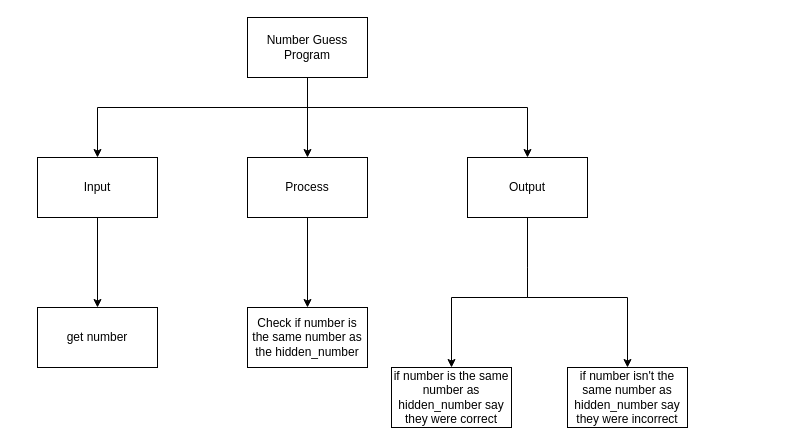
Above: design.drawio in Ethan-Prieur1/ICS3U-Unit4-04-Python (draw.io), before the change. Source tidied: cells renumbered, new cells numbered last; positions are measured from the earlier drawing's top-left corner, leaving out a move shared by most shapes. Both pictures are drawn from the tidied source at 100%, with x=0, y=0 at pixel (37, 17).
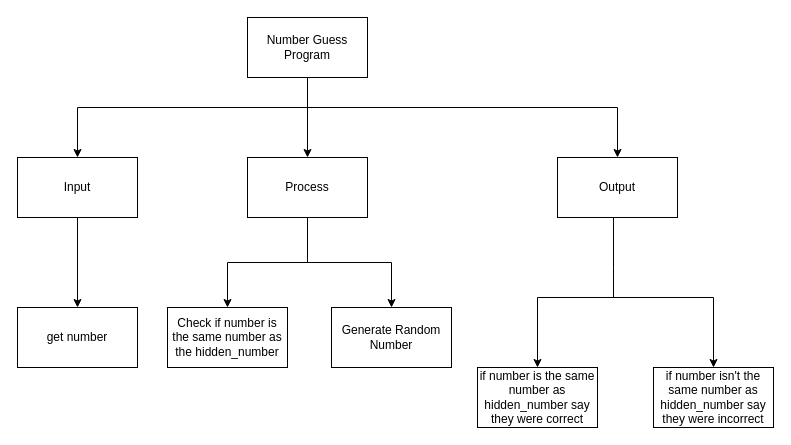
Above is the later version.

Unchanged cells that the change refers to:
```xml
<mxCell id="5" value="Number Guess Program" style="rounded=0;whiteSpace=wrap;html=1;" parent="1" vertex="1">
  <mxGeometry x="210" width="120" height="60" as="geometry" />
</mxCell>
<mxCell id="9" value="Process" style="rounded=0;whiteSpace=wrap;html=1;" parent="1" vertex="1">
  <mxGeometry x="210" y="140" width="120" height="60" as="geometry" />
</mxCell>
```

What changed in the source:
```diff
@@
     <mxCell id="3" style="edgeStyle=orthogonalEdgeStyle;rounded=0;jumpStyle=line;html=1;entryX=0.5;entryY=0;entryDx=0;entryDy=0;" parent="1" edge="1" source="5" target="7">
       <mxGeometry relative="1" as="geometry">
         <Array as="points">
           <mxPoint x="270" y="90" />
-          <mxPoint x="60" y="90" />
+          <mxPoint x="40" y="90" />
         </Array>
       </mxGeometry>
     </mxCell>
     <mxCell id="4" style="edgeStyle=orthogonalEdgeStyle;shape=connector;rounded=0;jumpStyle=line;html=1;labelBackgroundColor=default;fontFamily=Helvetica;fontSize=11;fontColor=default;endArrow=classic;strokeColor=default;" parent="1" edge="1" source="5" target="10">
       <mxGeometry relative="1" as="geometry">
         <Array as="points">
           <mxPoint x="270" y="90" />
-          <mxPoint x="490" y="90" />
+          <mxPoint x="580" y="90" />
         </Array>
       </mxGeometry>
     </mxCell>
@@
     <mxCell id="7" value="Input" style="rounded=0;whiteSpace=wrap;html=1;" parent="1" vertex="1">
-      <mxGeometry y="140" width="120" height="60" as="geometry" />
+      <mxGeometry x="-20" y="140" width="120" height="60" as="geometry" />
     </mxCell>
-    <mxCell id="8" style="edgeStyle=none;html=1;" parent="1" edge="1" source="9" target="12">
+    <mxCell id="8" style="edgeStyle=orthogonalEdgeStyle;html=1;rounded=0;" parent="1" edge="1" source="9" target="12">
       <mxGeometry relative="1" as="geometry" />
     </mxCell>
+    <mxCell id="18" style="edgeStyle=orthogonalEdgeStyle;html=1;exitX=0.5;exitY=1;exitDx=0;exitDy=0;rounded=0;" parent="1" edge="1" source="9" target="19">
+      <mxGeometry relative="1" as="geometry" />
+    </mxCell>
@@
     <mxCell id="10" value="Output" style="rounded=0;whiteSpace=wrap;html=1;" parent="1" vertex="1">
-      <mxGeometry x="430" y="140" width="120" height="60" as="geometry" />
+      <mxGeometry x="520" y="140" width="120" height="60" as="geometry" />
     </mxCell>
     <mxCell id="11" value="get number" style="rounded=0;whiteSpace=wrap;html=1;" parent="1" vertex="1">
-      <mxGeometry y="290" width="120" height="60" as="geometry" />
+      <mxGeometry x="-20" y="290" width="120" height="60" as="geometry" />
     </mxCell>
     <mxCell id="12" value="Check if number is the same number as the hidden_number" style="rounded=0;whiteSpace=wrap;html=1;" parent="1" vertex="1">
-      <mxGeometry x="210" y="290" width="120" height="60" as="geometry" />
+      <mxGeometry x="130" y="290" width="120" height="60" as="geometry" />
     </mxCell>
     <mxCell id="13" value="if number is the same number as hidden_number say they were correct" style="rounded=0;whiteSpace=wrap;html=1;" parent="1" vertex="1">
-      <mxGeometry x="354" y="350" width="120" height="60" as="geometry" />
+      <mxGeometry x="440" y="350" width="120" height="60" as="geometry" />
     </mxCell>
     <mxCell id="14" value="&lt;span&gt;if number isn't the same number as hidden_number say they were incorrect&lt;/span&gt;" style="rounded=0;whiteSpace=wrap;html=1;" parent="1" vertex="1">
-      <mxGeometry x="530" y="350" width="120" height="60" as="geometry" />
+      <mxGeometry x="616" y="350" width="120" height="60" as="geometry" />
     </mxCell>
     <mxCell id="15" style="edgeStyle=orthogonalEdgeStyle;shape=connector;rounded=0;jumpStyle=line;html=1;labelBackgroundColor=default;fontFamily=Helvetica;fontSize=11;fontColor=default;endArrow=classic;strokeColor=default;entryX=0.5;entryY=0;entryDx=0;entryDy=0;" parent="1" edge="1" target="14">
       <mxGeometry relative="1" as="geometry">
-        <mxPoint x="490" y="250" as="sourcePoint" />
+        <mxPoint x="576" y="250" as="sourcePoint" />
         <Array as="points">
-          <mxPoint x="490" y="280" />
-          <mxPoint x="590" y="280" />
+          <mxPoint x="576" y="280" />
+          <mxPoint x="676" y="280" />
         </Array>
       </mxGeometry>
     </mxCell>
     <mxCell id="16" style="endArrow=none;html=1;rounded=1;labelBackgroundColor=default;fontFamily=Helvetica;fontSize=11;fontColor=default;strokeColor=default;shape=connector;" parent="1" edge="1">
       <mxGeometry relative="1" as="geometry">
-        <mxPoint x="490" y="250" as="sourcePoint" />
-        <mxPoint x="490" y="200" as="targetPoint" />
+        <mxPoint x="576" y="250" as="sourcePoint" />
+        <mxPoint x="576" y="200" as="targetPoint" />
         <Array as="points">
-          <mxPoint x="490" y="200" />
+          <mxPoint x="576" y="200" />
         </Array>
       </mxGeometry>
     </mxCell>
     <mxCell id="17" style="edgeStyle=orthogonalEdgeStyle;shape=connector;rounded=0;jumpStyle=line;html=1;labelBackgroundColor=default;fontFamily=Helvetica;fontSize=11;fontColor=default;endArrow=classic;strokeColor=default;entryX=0.5;entryY=0;entryDx=0;entryDy=0;" parent="1" edge="1" target="13">
       <mxGeometry relative="1" as="geometry">
-        <mxPoint x="490" y="250" as="sourcePoint" />
+        <mxPoint x="576" y="250" as="sourcePoint" />
         <Array as="points">
-          <mxPoint x="490" y="280" />
-          <mxPoint x="414" y="280" />
+          <mxPoint x="576" y="280" />
+          <mxPoint x="500" y="280" />
         </Array>
       </mxGeometry>
     </mxCell>
+    <mxCell id="19" value="Generate Random Number" style="rounded=0;whiteSpace=wrap;html=1;" parent="1" vertex="1">
+      <mxGeometry x="294" y="290" width="120" height="60" as="geometry" />
+    </mxCell>
```
